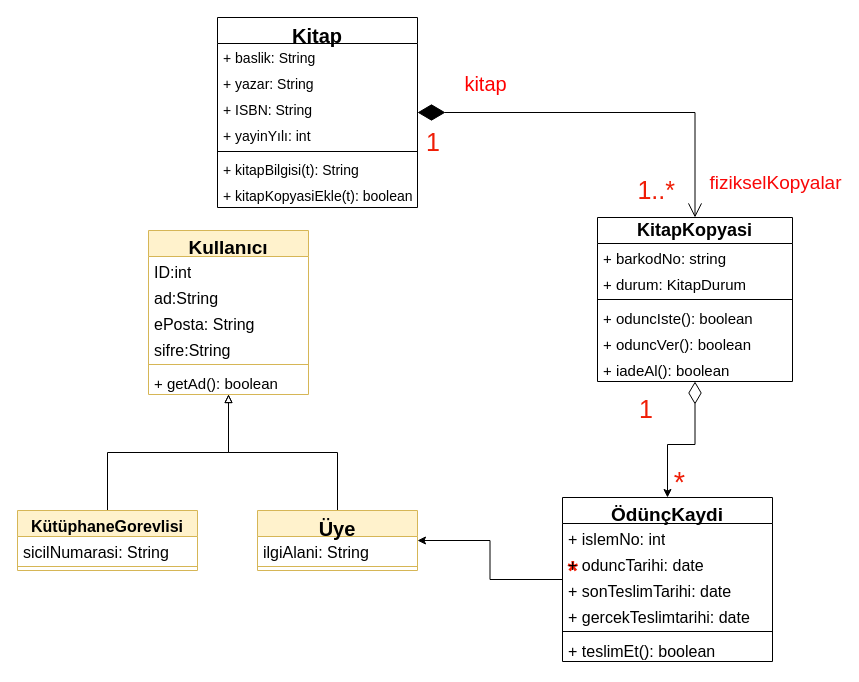
tdursun/oop2026 keeps this draw.io diagram as page "ClassDiyagram" (1 of 2) of okys/doc/OKYS-Design.drawio. Above is the earlier version. Source tidied: cells renumbered, new cells numbered last; positions are measured from the earlier drawing's top-left corner, leaving out a move shared by most shapes. Both pictures are drawn from the tidied source at 100%, with x=0, y=0 at pixel (17, 17).
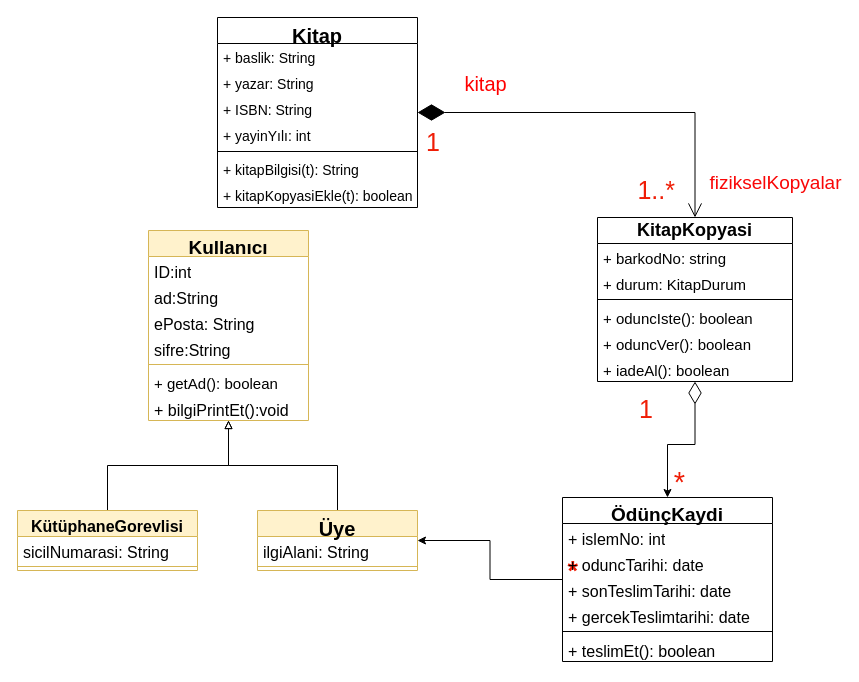
Above is the later version.

Diff of the diagram source:
```diff
@@
     <mxCell id="34" value="Kullanıcı" style="swimlane;fontStyle=1;align=center;verticalAlign=top;horizontal=1;startSize=26;whiteSpace=wrap;html=1;fillColor=#fff2cc;strokeColor=#d6b656;fontSize=19;" parent="1" vertex="1">
-      <mxGeometry x="131" y="213" width="160" height="164" as="geometry" />
+      <mxGeometry x="131" y="213" width="160" height="190" as="geometry" />
     </mxCell>
@@
+    <mxCell id="49" value="+ bilgiPrintEt():void" style="text;strokeColor=none;fillColor=none;align=left;verticalAlign=top;spacingLeft=4;spacingRight=4;overflow=hidden;whiteSpace=wrap;html=1;fontSize=16;" parent="34" vertex="1">
+      <mxGeometry y="164" width="160" height="26" as="geometry" />
+    </mxCell>
```
